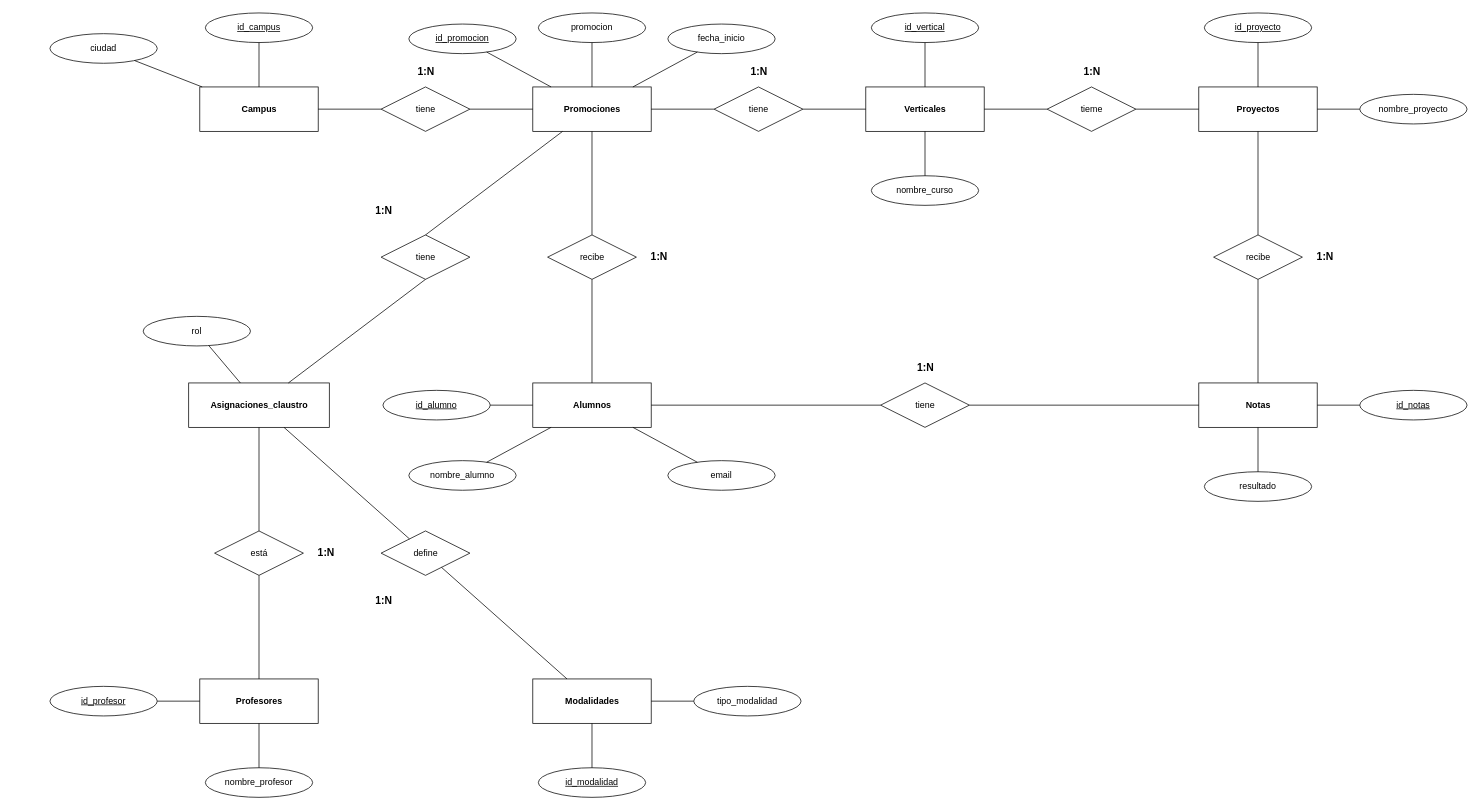
Above: page "DIAGRAMA_ER" (2 of 2) of modelo-diagrama.drawio in pablo-droid/proyecto_sql_noviembre (draw.io), before the change. Source tidied: cells renumbered, new cells numbered last; positions are measured from the earlier drawing's top-left corner, leaving out a move shared by most shapes. Both pictures are drawn from the tidied source at 74%, with x=0, y=0 at pixel (50, 13).
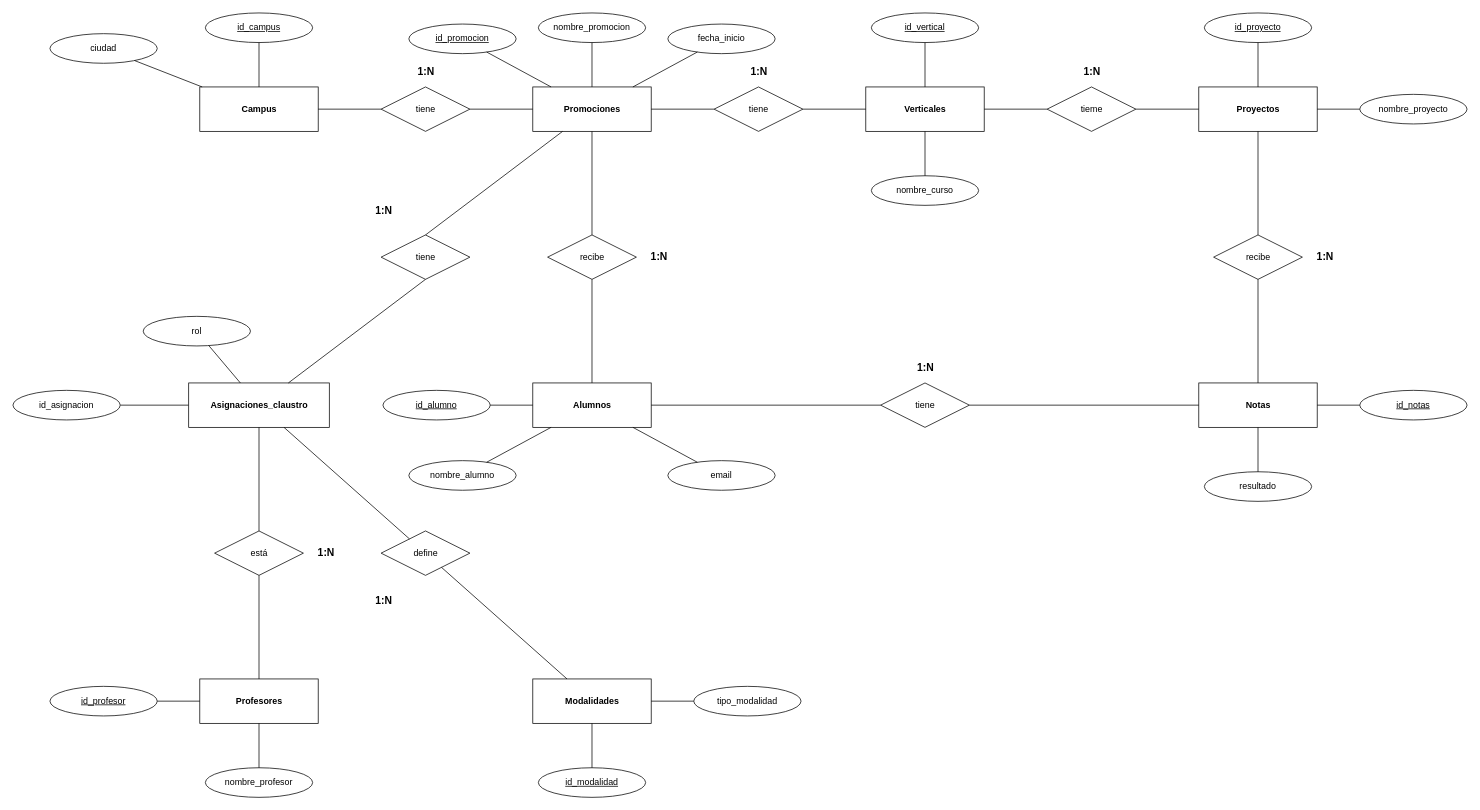
The same diagram, later.

The change refers to these unchanged cells:
```xml
<mxCell id="6" value="Asignaciones_claustro" style="whiteSpace=wrap;html=1;align=center;fontStyle=1;" parent="1" vertex="1">
  <mxGeometry x="187.5" y="500" width="190" height="60" as="geometry" />
</mxCell>
```

The edit, as a diff of the source:
```diff
@@
+    <mxCell id="85" style="edgeStyle=orthogonalEdgeStyle;rounded=0;jettySize=auto;html=1;exitX=0;exitY=0.5;exitDx=0;exitDy=0;defaultLabelBackgroundColor=page;labelPadding=0 4;endArrow=none;endFill=0;entryX=1;entryY=0.5;entryDx=0;entryDy=0;" parent="1" edge="1" source="6" target="86">
+      <mxGeometry relative="1" as="geometry" />
+    </mxCell>
@@
-    <mxCell id="17" value="promocion" style="ellipse;whiteSpace=wrap;html=1;align=center;" parent="1" vertex="1">
+    <mxCell id="17" value="nombre_promocion" style="ellipse;whiteSpace=wrap;html=1;align=center;" parent="1" vertex="1">
       <mxGeometry x="660" width="145" height="40" as="geometry" />
     </mxCell>
@@
+    <mxCell id="86" value="id_asignacion" style="ellipse;whiteSpace=wrap;html=1;align=center;" parent="1" vertex="1">
+      <mxGeometry x="-50" y="510" width="145" height="40" as="geometry" />
+    </mxCell>
```
